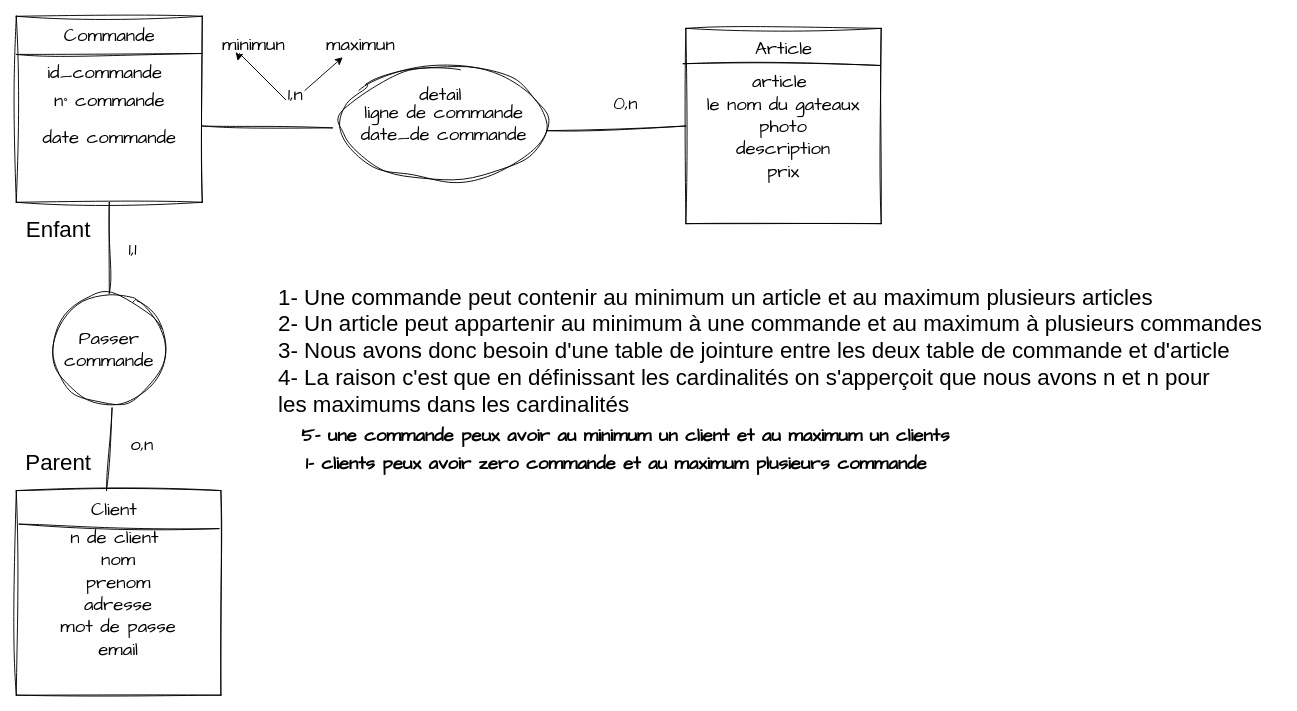
Earlier version of the draw.io diagram diagramme vente de patisserie.drawio (nawalbey/vente_de_patisserie_1). Source tidied: cells renumbered, new cells numbered last; positions are measured from the earlier drawing's top-left corner, leaving out a move shared by most shapes. Both pictures are drawn from the tidied source at 93%, with x=0, y=0 at pixel (16, 16).
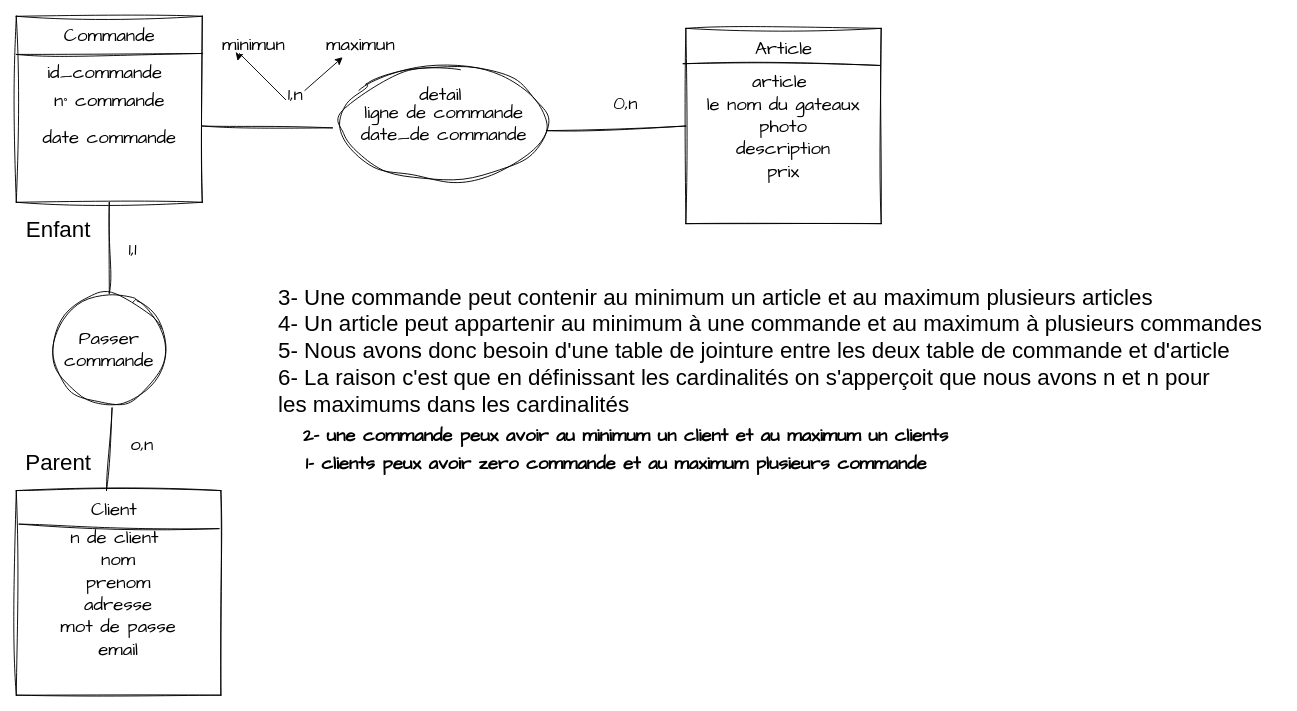
The same page after the edit.

Diff of the diagram source:
```diff
@@
-    <mxCell id="29" value="&lt;font style=&quot;font-size: 24px;&quot;&gt;1- Une commande peut contenir au minimum un article et au maximum plusieurs articles&amp;nbsp;&lt;br&gt;2- Un article peut appartenir au minimum à une commande et au maximum à plusieurs commandes&lt;br&gt;3- Nous avons donc besoin d'une table de jointure entre les deux table de commande et d'article&lt;br&gt;4- La raison c'est que en définissant les cardinalités on s'apperçoit que nous avons n et n pour &lt;br&gt;les maximums dans les cardinalités&amp;nbsp;&lt;br&gt;&lt;/font&gt;" style="text;html=1;align=left;verticalAlign=middle;strokeColor=none;fillColor=none;" parent="1" vertex="1">
+    <mxCell id="29" value="&lt;font style=&quot;font-size: 24px;&quot;&gt;3- Une commande peut contenir au minimum un article et au maximum plusieurs articles&amp;nbsp;&lt;br&gt;4- Un article peut appartenir au minimum à une commande et au maximum à plusieurs commandes&lt;br&gt;5- Nous avons donc besoin d'une table de jointure entre les deux table de commande et d'article&lt;br&gt;6- La raison c'est que en définissant les cardinalités on s'apperçoit que nous avons n et n pour &lt;br&gt;les maximums dans les cardinalités&amp;nbsp;&lt;br&gt;&lt;/font&gt;" style="text;html=1;align=left;verticalAlign=middle;strokeColor=none;fillColor=none;" parent="1" vertex="1">
       <mxGeometry x="280" y="280" width="1080" height="160" as="geometry" />
     </mxCell>
@@
-    <mxCell id="32" value="&lt;b&gt;5- une commande peux avoir au minimum un client et au maximum un clients&lt;/b&gt;" style="text;html=1;align=center;verticalAlign=middle;strokeColor=none;fillColor=none;fontSize=20;fontFamily=Architects Daughter;" parent="1" vertex="1">
+    <mxCell id="32" value="&lt;b&gt;2- une commande peux avoir au minimum un client et au maximum un clients&lt;/b&gt;" style="text;html=1;align=center;verticalAlign=middle;strokeColor=none;fillColor=none;fontSize=20;fontFamily=Architects Daughter;" parent="1" vertex="1">
       <mxGeometry x="295" y="430" width="720" height="40" as="geometry" />
     </mxCell>
```
